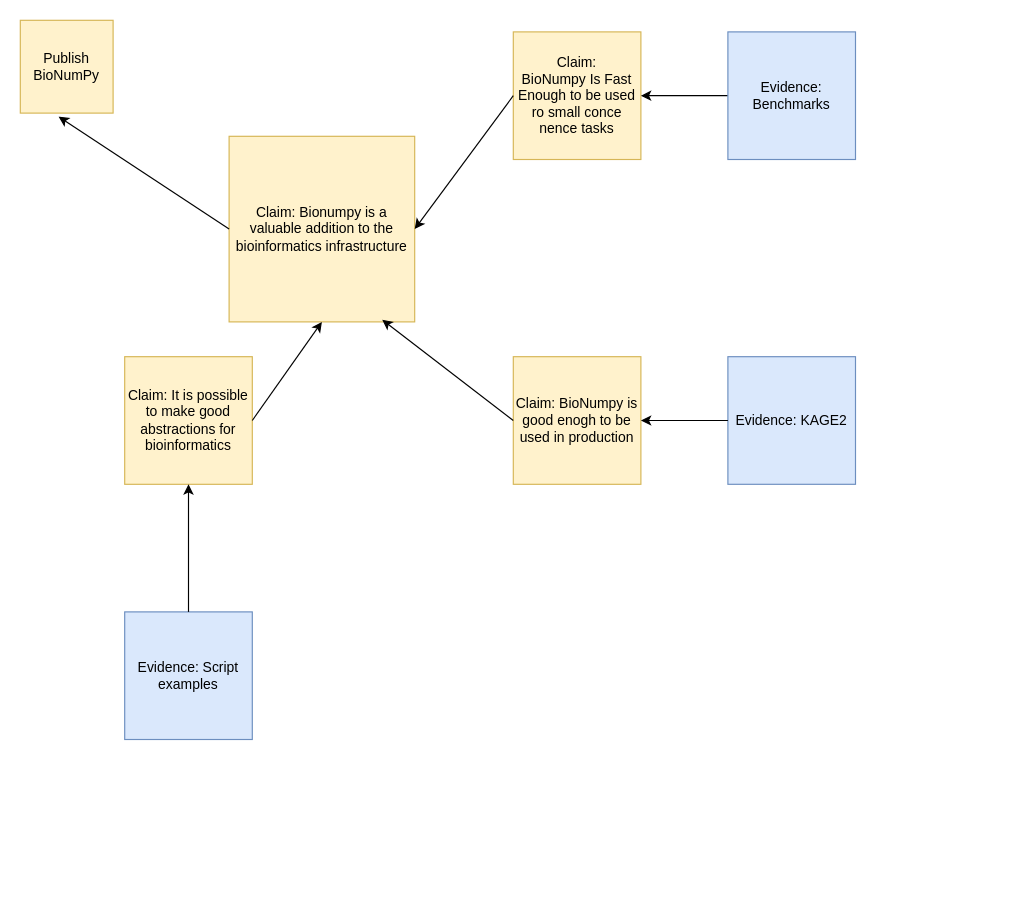
Earlier version of the draw.io diagram docs_source/bionumpy_argumentation.drawio (bionumpy/bionumpy). Source tidied: cells renumbered, new cells numbered last; positions are measured from the earlier drawing's top-left corner, leaving out a move shared by most shapes. Both pictures are drawn from the tidied source at 116%, with x=0, y=0 at pixel (20, 20).
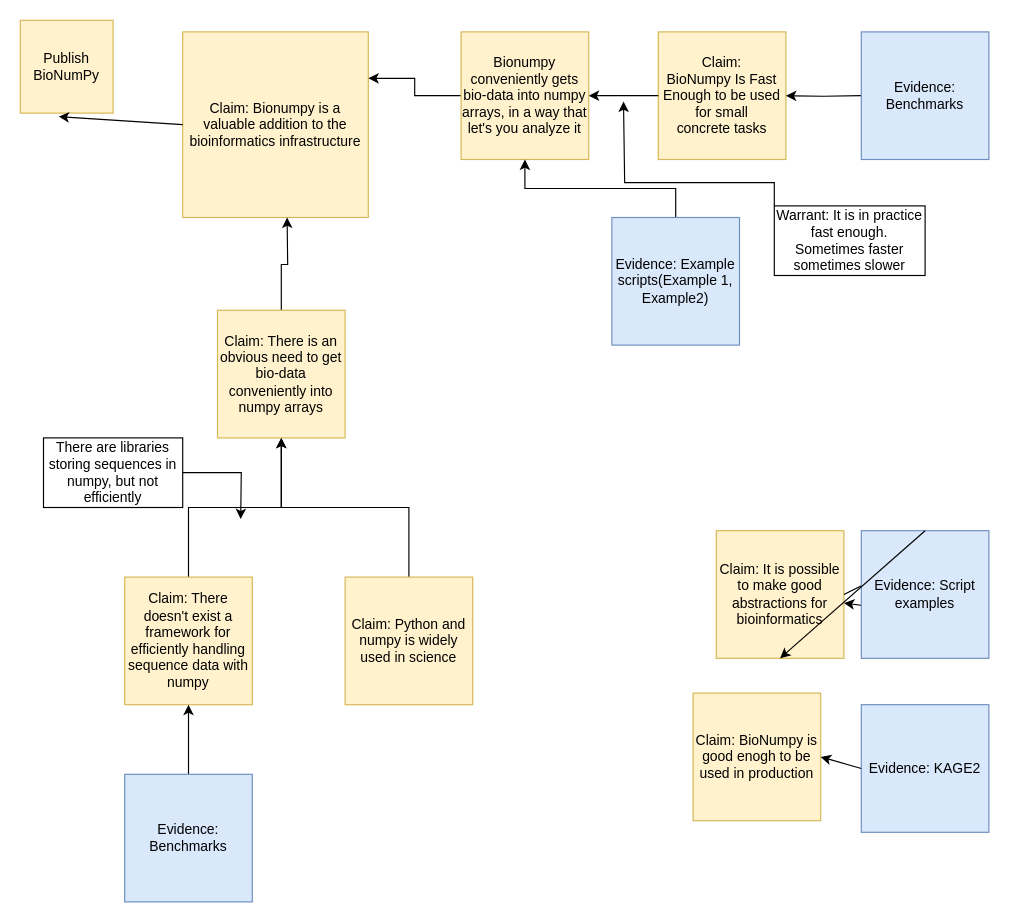
The same diagram, later.

Change to the diagram source:
```diff
@@
     <mxCell id="3" value="Claim: Bionumpy is a valuable addition to the bioinformatics infrastructure" style="whiteSpace=wrap;html=1;fillColor=#fff2cc;strokeColor=#d6b656;" parent="1" vertex="1">
-      <mxGeometry x="180" y="100" width="160" height="160" as="geometry" />
+      <mxGeometry x="140" y="10" width="160" height="160" as="geometry" />
     </mxCell>
@@
-    <mxCell id="5" value="Claim: &lt;br&gt;BioNumpy Is Fast Enough to be used ro small conce&lt;br&gt;nence tasks" style="whiteSpace=wrap;html=1;fillColor=#fff2cc;strokeColor=#d6b656;" parent="1" vertex="1">
-      <mxGeometry x="425" y="10" width="110" height="110" as="geometry" />
+    <mxCell id="5" value="Claim: &lt;br&gt;BioNumpy Is Fast Enough to be used for small concrete&amp;nbsp;tasks" style="whiteSpace=wrap;html=1;fillColor=#fff2cc;strokeColor=#d6b656;" parent="1" vertex="1">
+      <mxGeometry x="550" y="10" width="110" height="110" as="geometry" />
     </mxCell>
     <mxCell id="6" value="Claim: BioNumpy is good enogh to be used in production" style="whiteSpace=wrap;html=1;fillColor=#fff2cc;strokeColor=#d6b656;" parent="1" vertex="1">
-      <mxGeometry x="425" y="290" width="110" height="110" as="geometry" />
+      <mxGeometry x="580" y="580" width="110" height="110" as="geometry" />
     </mxCell>
     <mxCell id="7" value="Evidence: KAGE2" style="whiteSpace=wrap;html=1;fillColor=#dae8fc;strokeColor=#6c8ebf;" parent="1" vertex="1">
-      <mxGeometry x="610" y="290" width="110" height="110" as="geometry" />
+      <mxGeometry x="725" y="590" width="110" height="110" as="geometry" />
     </mxCell>
-    <mxCell id="8" style="edgeStyle=orthogonalEdgeStyle;rounded=0;jettySize=auto;html=1;exitX=0;exitY=0.5;exitDx=0;exitDy=0;" parent="1" edge="1" source="9" target="5">
-      <mxGeometry relative="1" as="geometry" />
+    <mxCell id="8" style="edgeStyle=orthogonalEdgeStyle;rounded=0;jettySize=auto;html=1;exitX=0;exitY=0.5;exitDx=0;exitDy=0;" parent="1" edge="1" target="5">
+      <mxGeometry relative="1" as="geometry">
+        <mxPoint x="725" y="65" as="sourcePoint" />
+      </mxGeometry>
     </mxCell>
-    <mxCell id="9" value="Evidence: Benchmarks" style="whiteSpace=wrap;html=1;fillColor=#dae8fc;strokeColor=#6c8ebf;" parent="1" vertex="1">
-      <mxGeometry x="610" y="10" width="110" height="110" as="geometry" />
-    </mxCell>
     <mxCell id="10" value="Claim: It is possible to make good abstractions for bioinformatics" style="whiteSpace=wrap;html=1;fillColor=#fff2cc;strokeColor=#d6b656;" parent="1" vertex="1">
-      <mxGeometry x="90" y="290" width="110" height="110" as="geometry" />
+      <mxGeometry x="600" y="440" width="110" height="110" as="geometry" />
     </mxCell>
@@
-    <mxCell id="12" style="endArrow=classic;html=1;rounded=0;entryX=1;entryY=0.5;entryDx=0;entryDy=0;exitX=0;exitY=0.5;exitDx=0;exitDy=0;" parent="1" edge="1" source="5" target="3">
+    <mxCell id="12" style="endArrow=classic;html=1;rounded=0;entryX=1;entryY=0.5;entryDx=0;entryDy=0;exitX=0;exitY=0.5;exitDx=0;exitDy=0;" parent="1" edge="1" source="5" target="22">
       <mxGeometry relative="1" as="geometry" />
     </mxCell>
-    <mxCell id="13" style="endArrow=classic;html=1;rounded=0;entryX=0.825;entryY=0.988;entryDx=0;entryDy=0;entryPerimeter=0;exitX=0;exitY=0.5;exitDx=0;exitDy=0;" parent="1" edge="1" source="6" target="3">
-      <mxGeometry relative="1" as="geometry" />
-    </mxCell>
-    <mxCell id="14" style="endArrow=classic;html=1;rounded=0;exitX=1;exitY=0.5;exitDx=0;exitDy=0;entryX=0.5;entryY=1;entryDx=0;entryDy=0;" parent="1" edge="1" source="10" target="3">
+    <mxCell id="14" style="endArrow=classic;html=1;rounded=0;exitX=1;exitY=0.5;exitDx=0;exitDy=0;" parent="1" edge="1" source="10" target="10">
       <mxGeometry relative="1" as="geometry" />
     </mxCell>
     <mxCell id="15" value="Evidence: Script examples" style="whiteSpace=wrap;html=1;fillColor=#dae8fc;strokeColor=#6c8ebf;" parent="1" vertex="1">
-      <mxGeometry x="90" y="510" width="110" height="110" as="geometry" />
+      <mxGeometry x="725" y="440" width="110" height="110" as="geometry" />
     </mxCell>
@@
+    <mxCell id="17" style="edgeStyle=orthogonalEdgeStyle;rounded=0;jettySize=auto;html=1;exitX=0;exitY=0;exitDx=0;exitDy=0;" parent="1" edge="1" source="18">
+      <mxGeometry relative="1" as="geometry">
+        <mxPoint x="520" y="70" as="targetPoint" />
+        <Array as="points">
+          <mxPoint x="650" y="140" />
+          <mxPoint x="521" y="140" />
+        </Array>
+      </mxGeometry>
+    </mxCell>
+    <mxCell id="18" value="Warrant: It is in practice fast enough. Sometimes faster sometimes slower" style="rounded=0;whiteSpace=wrap;html=1;" parent="1" vertex="1">
+      <mxGeometry x="650" y="160" width="130" height="60" as="geometry" />
+    </mxCell>
+    <mxCell id="19" style="edgeStyle=orthogonalEdgeStyle;rounded=0;jettySize=auto;html=1;exitX=0.5;exitY=0;exitDx=0;exitDy=0;" parent="1" edge="1" source="20">
+      <mxGeometry relative="1" as="geometry">
+        <mxPoint x="230" y="170" as="targetPoint" />
+      </mxGeometry>
+    </mxCell>
+    <mxCell id="20" value="Claim: There is an obvious need to get bio-data conveniently into numpy arrays" style="whiteSpace=wrap;html=1;fillColor=#fff2cc;strokeColor=#d6b656;" parent="1" vertex="1">
+      <mxGeometry x="170" y="250" width="110" height="110" as="geometry" />
+    </mxCell>
+    <mxCell id="21" style="edgeStyle=orthogonalEdgeStyle;rounded=0;jettySize=auto;html=1;exitX=0;exitY=0.5;exitDx=0;exitDy=0;entryX=1;entryY=0.25;entryDx=0;entryDy=0;" parent="1" edge="1" source="22" target="3">
+      <mxGeometry relative="1" as="geometry" />
+    </mxCell>
+    <mxCell id="22" value="Bionumpy conveniently gets bio-data into numpy arrays, in a way that let's you analyze it" style="whiteSpace=wrap;html=1;fillColor=#fff2cc;strokeColor=#d6b656;" parent="1" vertex="1">
+      <mxGeometry x="380" y="10" width="110" height="110" as="geometry" />
+    </mxCell>
+    <mxCell id="23" style="edgeStyle=orthogonalEdgeStyle;rounded=0;jettySize=auto;html=1;exitX=0.5;exitY=0;exitDx=0;exitDy=0;entryX=0.5;entryY=1;entryDx=0;entryDy=0;" parent="1" edge="1" source="24" target="22">
+      <mxGeometry relative="1" as="geometry" />
+    </mxCell>
+    <mxCell id="24" value="Evidence: Example scripts(Example 1, Example2)" style="whiteSpace=wrap;html=1;fillColor=#dae8fc;strokeColor=#6c8ebf;" parent="1" vertex="1">
+      <mxGeometry x="510" y="170" width="110" height="110" as="geometry" />
+    </mxCell>
+    <mxCell id="25" style="edgeStyle=orthogonalEdgeStyle;rounded=0;jettySize=auto;html=1;exitX=0.5;exitY=0;exitDx=0;exitDy=0;entryX=0.5;entryY=1;entryDx=0;entryDy=0;" parent="1" edge="1" source="26" target="20">
+      <mxGeometry relative="1" as="geometry" />
+    </mxCell>
+    <mxCell id="26" value="Claim: There doesn't exist a framework for efficiently handling sequence data with numpy&lt;br&gt;" style="whiteSpace=wrap;html=1;fillColor=#fff2cc;strokeColor=#d6b656;" parent="1" vertex="1">
+      <mxGeometry x="90" y="480" width="110" height="110" as="geometry" />
+    </mxCell>
+    <mxCell id="27" style="edgeStyle=orthogonalEdgeStyle;rounded=0;jettySize=auto;html=1;exitX=1;exitY=0.5;exitDx=0;exitDy=0;" parent="1" edge="1" source="28">
+      <mxGeometry relative="1" as="geometry">
+        <mxPoint x="190" y="430" as="targetPoint" />
+      </mxGeometry>
+    </mxCell>
+    <mxCell id="28" value="There are libraries storing sequences in numpy, but not efficiently" style="rounded=0;whiteSpace=wrap;html=1;" parent="1" vertex="1">
+      <mxGeometry x="20" y="360" width="120" height="60" as="geometry" />
+    </mxCell>
+    <mxCell id="29" style="edgeStyle=orthogonalEdgeStyle;rounded=0;jettySize=auto;html=1;exitX=0.5;exitY=0;exitDx=0;exitDy=0;entryX=0.5;entryY=1;entryDx=0;entryDy=0;" parent="1" edge="1" source="30" target="20">
+      <mxGeometry relative="1" as="geometry" />
+    </mxCell>
+    <mxCell id="30" value="Claim: Python and numpy is widely used in science" style="whiteSpace=wrap;html=1;fillColor=#fff2cc;strokeColor=#d6b656;" parent="1" vertex="1">
+      <mxGeometry x="280" y="480" width="110" height="110" as="geometry" />
+    </mxCell>
+    <mxCell id="31" value="Evidence: Benchmarks" style="whiteSpace=wrap;html=1;fillColor=#dae8fc;strokeColor=#6c8ebf;" parent="1" vertex="1">
+      <mxGeometry x="725" y="10" width="110" height="110" as="geometry" />
+    </mxCell>
+    <mxCell id="32" style="edgeStyle=orthogonalEdgeStyle;rounded=0;jettySize=auto;html=1;exitX=0.5;exitY=0;exitDx=0;exitDy=0;entryX=0.5;entryY=1;entryDx=0;entryDy=0;" parent="1" edge="1" source="33" target="26">
+      <mxGeometry relative="1" as="geometry" />
+    </mxCell>
+    <mxCell id="33" value="Evidence: Benchmarks" style="whiteSpace=wrap;html=1;fillColor=#dae8fc;strokeColor=#6c8ebf;" parent="1" vertex="1">
+      <mxGeometry x="90" y="650" width="110" height="110" as="geometry" />
+    </mxCell>
```
